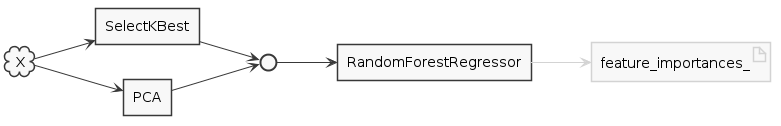
atavory/atavory.github.io keeps this PlantUML diagram as ibex_pres/generated/deployment_col_aggregating_further_transformations.png. Above is the earlier version. The source it was exported from:
```plantuml
@startuml

skinparam monochrome true
skinparam shadowing false

left to right direction

skinparam artifact {
    BorderColor lightgrey
}

cloud X
rectangle SelectKBest
rectangle PCA
interface " " as c1
rectangle RandomForestRegressor
artifact feature_importances_
X --> SelectKBest
X --> PCA
SelectKBest --> c1
PCA --> c1
c1 --> RandomForestRegressor
RandomForestRegressor -[#lightgrey]-> feature_importances_

@enduml
```
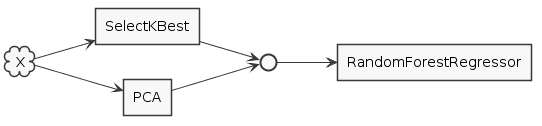
The same diagram one commit later.

The edit, as a diff of the source:
```diff
@@ -14,12 +14,10 @@
 rectangle PCA
 interface " " as c1
 rectangle RandomForestRegressor
-artifact feature_importances_
 X --> SelectKBest
 X --> PCA
 SelectKBest --> c1
 PCA --> c1
 c1 --> RandomForestRegressor
-RandomForestRegressor -[#lightgrey]-> feature_importances_
 
 @enduml
```
